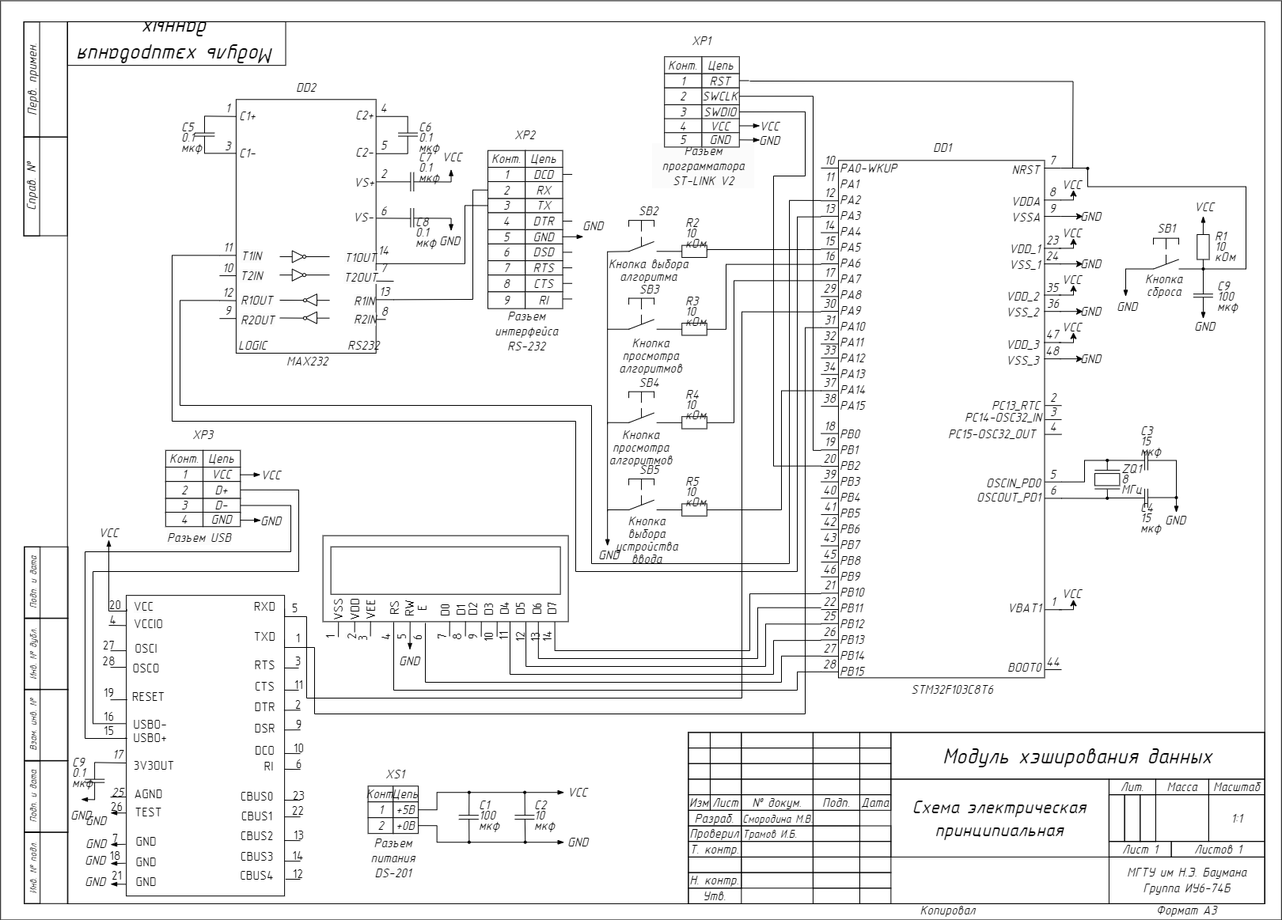
The draw.io diagram kursach_princ.drawio.png in nishoni/SmorodinaMV.ICS6-74B.2023, before a commit. Source tidied: cells renumbered, new cells last; positions are measured from the earlier drawing's top-left corner, leaving out a move shared by most shapes.
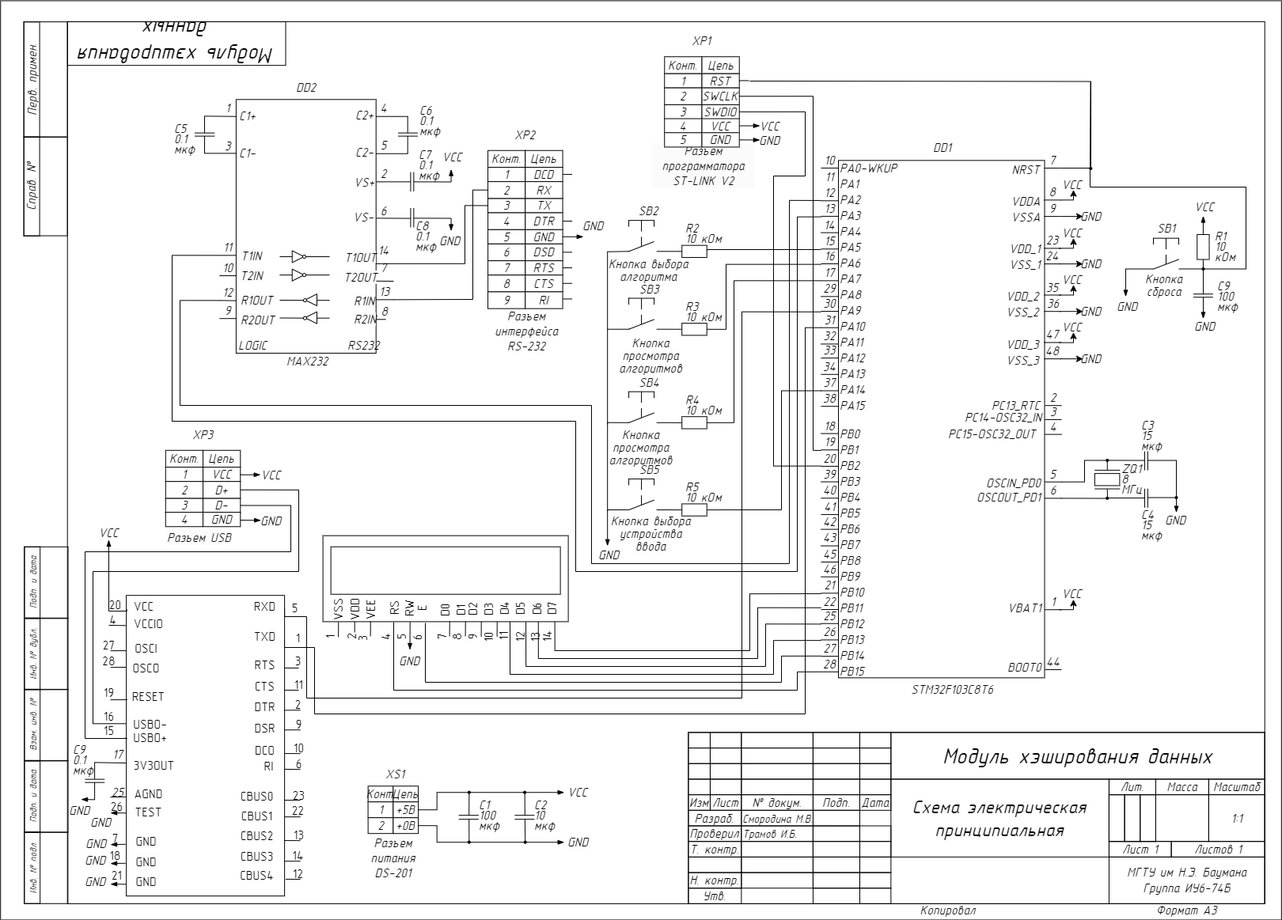
The same file after the commit.

Commit message:
Поправила съехавшие надписи

Diff of the diagram source:
```diff
@@ -791,16 +791,16 @@
       </mxGeometry>
     </mxCell>
     <mxCell id="211" value="&lt;p style=&quot;line-height: 80%; font-size: 16px;&quot;&gt;&lt;i style=&quot;font-size: 16px;&quot;&gt;&lt;font style=&quot;font-size: 16px;&quot;&gt;&lt;font style=&quot;font-size: 16px;&quot;&gt;C5&lt;/font&gt;&lt;br style=&quot;font-size: 16px;&quot;&gt;0.1 мкф&lt;/font&gt;&lt;/i&gt;&lt;/p&gt;" style="text;html=1;strokeColor=none;fillColor=none;align=left;verticalAlign=middle;whiteSpace=wrap;rounded=0;fontFamily=Gost Type B;fontSource=https%3A%2F%2Ffonts.googleapis.com%2Fcss%3Ffamily%3DGost%2BType%2BB;fontSize=16;" parent="1" vertex="1">
-      <mxGeometry x="260" y="160.3" width="29.4" height="27.6" as="geometry" />
+      <mxGeometry x="250.7" y="161.7" width="29.4" height="27.6" as="geometry" />
     </mxCell>
     <mxCell id="212" value="&lt;p style=&quot;line-height: 80%; font-size: 16px;&quot;&gt;&lt;i style=&quot;font-size: 16px;&quot;&gt;&lt;font style=&quot;font-size: 16px;&quot;&gt;&lt;font style=&quot;font-size: 16px;&quot;&gt;C6&lt;/font&gt;&lt;br style=&quot;font-size: 16px;&quot;&gt;0.1 мкф&lt;/font&gt;&lt;/i&gt;&lt;/p&gt;" style="text;html=1;strokeColor=none;fillColor=none;align=left;verticalAlign=middle;whiteSpace=wrap;rounded=0;fontFamily=Gost Type B;fontSource=https%3A%2F%2Ffonts.googleapis.com%2Fcss%3Ffamily%3DGost%2BType%2BB;fontSize=16;" parent="1" vertex="1">
-      <mxGeometry x="560.2" y="160.3" width="29.4" height="27.6" as="geometry" />
+      <mxGeometry x="560.6" y="138.8" width="29.4" height="27.6" as="geometry" />
     </mxCell>
     <mxCell id="213" value="&lt;p style=&quot;line-height: 80%; font-size: 16px;&quot;&gt;&lt;i style=&quot;font-size: 16px;&quot;&gt;&lt;font style=&quot;font-size: 16px;&quot;&gt;&lt;font style=&quot;font-size: 16px;&quot;&gt;C7&lt;/font&gt;&lt;br style=&quot;font-size: 16px;&quot;&gt;0.1 мкф&lt;/font&gt;&lt;/i&gt;&lt;/p&gt;" style="text;html=1;strokeColor=none;fillColor=none;align=left;verticalAlign=middle;whiteSpace=wrap;rounded=0;fontFamily=Gost Type B;fontSource=https%3A%2F%2Ffonts.googleapis.com%2Fcss%3Ffamily%3DGost%2BType%2BB;fontSize=16;" parent="1" vertex="1">
-      <mxGeometry x="560.2" y="198.6" width="29.4" height="27.6" as="geometry" />
+      <mxGeometry x="560" y="195.2" width="29.4" height="27.6" as="geometry" />
     </mxCell>
     <mxCell id="214" value="&lt;p style=&quot;line-height: 80%; font-size: 16px;&quot;&gt;&lt;i style=&quot;font-size: 16px;&quot;&gt;&lt;font style=&quot;font-size: 16px;&quot;&gt;&lt;font style=&quot;font-size: 16px;&quot;&gt;C8&lt;/font&gt;&lt;br style=&quot;font-size: 16px;&quot;&gt;0.1 мкф&lt;/font&gt;&lt;/i&gt;&lt;/p&gt;" style="text;html=1;strokeColor=none;fillColor=none;align=left;verticalAlign=middle;whiteSpace=wrap;rounded=0;fontFamily=Gost Type B;fontSource=https%3A%2F%2Ffonts.googleapis.com%2Fcss%3Ffamily%3DGost%2BType%2BB;fontSize=16;" parent="1" vertex="1">
-      <mxGeometry x="556.2" y="280.3" width="29.4" height="27.6" as="geometry" />
+      <mxGeometry x="556.3" y="285.6" width="29.4" height="27.6" as="geometry" />
     </mxCell>
     <mxCell id="215" value="&lt;div style=&quot;text-align: center; font-size: 16px;&quot;&gt;&lt;span style=&quot;background-color: initial; font-size: 16px;&quot;&gt;&lt;font style=&quot;font-size: 16px;&quot;&gt;&lt;i style=&quot;font-size: 16px;&quot;&gt;LOGIC&lt;/i&gt;&lt;/font&gt;&lt;/span&gt;&lt;/div&gt;" style="text;whiteSpace=wrap;html=1;verticalAlign=middle;fontFamily=Gost Type B;fontSource=https%3A%2F%2Ffonts.googleapis.com%2Fcss%3Ffamily%3DGost%2BType%2BB;fontSize=16;" parent="1" vertex="1">
       <mxGeometry x="331.9" y="426.3" width="35.4" height="19.6" as="geometry" />
@@ -913,10 +913,10 @@
       <mxGeometry x="1517.5" y="627" width="3" height="3" as="geometry" />
     </mxCell>
     <mxCell id="237" value="&lt;p style=&quot;line-height: 80%; font-size: 16px;&quot;&gt;&lt;i style=&quot;font-size: 16px;&quot;&gt;&lt;font style=&quot;font-size: 16px;&quot;&gt;&lt;font style=&quot;font-size: 16px;&quot;&gt;C3&lt;/font&gt;&lt;br style=&quot;font-size: 16px;&quot;&gt;15 мкф&lt;/font&gt;&lt;/i&gt;&lt;/p&gt;" style="text;html=1;strokeColor=none;fillColor=none;align=left;verticalAlign=middle;whiteSpace=wrap;rounded=0;fontFamily=Gost Type B;fontSource=https%3A%2F%2Ffonts.googleapis.com%2Fcss%3Ffamily%3DGost%2BType%2BB;fontSize=16;" parent="1" vertex="1">
-      <mxGeometry x="1472.3" y="544.5" width="31.7" height="27.6" as="geometry" />
+      <mxGeometry x="1473.3" y="536.9" width="31.7" height="27.6" as="geometry" />
     </mxCell>
     <mxCell id="238" value="&lt;p style=&quot;line-height: 80%; font-size: 16px;&quot;&gt;&lt;i style=&quot;font-size: 16px;&quot;&gt;&lt;font style=&quot;font-size: 16px;&quot;&gt;&lt;font style=&quot;font-size: 16px;&quot;&gt;C4&lt;/font&gt;&lt;br style=&quot;font-size: 16px;&quot;&gt;15 мкф&lt;/font&gt;&lt;/i&gt;&lt;/p&gt;" style="text;html=1;strokeColor=none;fillColor=none;align=left;verticalAlign=middle;whiteSpace=wrap;rounded=0;fontFamily=Gost Type B;fontSource=https%3A%2F%2Ffonts.googleapis.com%2Fcss%3Ffamily%3DGost%2BType%2BB;fontSize=16;" parent="1" vertex="1">
-      <mxGeometry x="1472.3" y="641.1" width="31.7" height="27.6" as="geometry" />
+      <mxGeometry x="1473.3" y="649.9" width="31.7" height="27.6" as="geometry" />
     </mxCell>
     <mxCell id="239" value="&lt;p style=&quot;line-height: 80%; font-size: 16px;&quot;&gt;&lt;i style=&quot;font-size: 16px;&quot;&gt;&lt;font style=&quot;font-size: 16px;&quot;&gt;&lt;span style=&quot;font-size: 16px;&quot;&gt;ZQ1&lt;/span&gt;&lt;br style=&quot;font-size: 16px;&quot;&gt;8 МГц&lt;/font&gt;&lt;/i&gt;&lt;/p&gt;" style="text;html=1;strokeColor=none;fillColor=none;align=left;verticalAlign=middle;whiteSpace=wrap;rounded=0;fontFamily=Gost Type B;fontSource=https%3A%2F%2Ffonts.googleapis.com%2Fcss%3Ffamily%3DGost%2BType%2BB;fontSize=16;" parent="1" vertex="1">
       <mxGeometry x="1448" y="592" width="31.7" height="27.6" as="geometry" />
@@ -1571,22 +1571,22 @@
     <mxCell id="425" style="endArrow=none;html=1;rounded=0;exitX=1;exitY=1;exitDx=0;exitDy=0;edgeStyle=orthogonalEdgeStyle;entryX=1;entryY=0.5;entryDx=0;entryDy=0;fontFamily=Gost Type B;fontSource=https%3A%2F%2Ffonts.googleapis.com%2Fcss%3Ffamily%3DGost%2BType%2BB;fontSize=16;" parent="1" edge="1" source="305" target="421">
       <mxGeometry relative="1" as="geometry">
         <Array as="points">
-          <mxPoint x="1407" y="211.5" />
-          <mxPoint x="1407" y="235.5" />
-          <mxPoint x="1607" y="235.5" />
-          <mxPoint x="1607" y="339.5" />
+          <mxPoint x="1410" y="212" />
+          <mxPoint x="1410" y="236" />
+          <mxPoint x="1607" y="236" />
+          <mxPoint x="1607" y="340" />
         </Array>
       </mxGeometry>
     </mxCell>
-    <mxCell id="426" style="endArrow=none;html=1;rounded=0;edgeStyle=orthogonalEdgeStyle;fontFamily=Gost Type B;fontSource=https%3A%2F%2Ffonts.googleapis.com%2Fcss%3Ffamily%3DGost%2BType%2BB;fontSize=16;" parent="1" edge="1">
+    <mxCell id="426" style="endArrow=none;html=1;rounded=0;edgeStyle=orthogonalEdgeStyle;fontFamily=Gost Type B;fontSource=https%3A%2F%2Ffonts.googleapis.com%2Fcss%3Ffamily%3DGost%2BType%2BB;fontSize=16;" parent="1" edge="1" source="427">
       <mxGeometry relative="1" as="geometry">
-        <mxPoint x="980" y="102" as="sourcePoint" />
         <mxPoint x="1388" y="212" as="targetPoint" />
+        <Array as="points">
+          <mxPoint x="1410" y="103" />
+          <mxPoint x="1410" y="212" />
+        </Array>
       </mxGeometry>
     </mxCell>
-    <mxCell id="427" style="ellipse;whiteSpace=wrap;html=1;fillColor=#000000;fontStyle=2;fontFamily=Gost Type B;fontSource=https%3A%2F%2Ffonts.googleapis.com%2Fcss%3Ffamily%3DGost%2BType%2BB;fontSize=16;" parent="1" vertex="1">
-      <mxGeometry x="1405.5" y="210.9" width="3" height="3" as="geometry" />
-    </mxCell>
     <mxCell id="428" value="&lt;font style=&quot;font-size: 16px;&quot;&gt;SB2&lt;/font&gt;" style="text;html=1;strokeColor=none;fillColor=none;align=center;verticalAlign=middle;whiteSpace=wrap;rounded=0;fontStyle=2;fontFamily=Gost Type B;fontSource=https%3A%2F%2Ffonts.googleapis.com%2Fcss%3Ffamily%3DGost%2BType%2BB;fontSize=16;" parent="1" vertex="1">
       <mxGeometry x="822.3" y="251" width="60" height="30" as="geometry" />
     </mxCell>
@@ -1856,19 +1856,19 @@
       <mxGeometry x="800.1" y="534.9" width="84.8" height="32.1" as="geometry" />
     </mxCell>
     <mxCell id="476" value="&lt;div style=&quot;line-height: 100%; font-size: 16px;&quot;&gt;&lt;font style=&quot;font-size: 16px;&quot;&gt;&lt;span style=&quot;font-size: 16px;&quot;&gt;Кнопка выбора устройства ввода&lt;/span&gt;&lt;/font&gt;&lt;/div&gt;" style="text;whiteSpace=wrap;html=1;align=center;fontStyle=2;fontFamily=Gost Type B;fontSource=https%3A%2F%2Ffonts.googleapis.com%2Fcss%3Ffamily%3DGost%2BType%2BB;fontSize=16;" parent="1" vertex="1">
-      <mxGeometry x="800.1" y="644.2" width="99.9" height="33.5" as="geometry" />
+      <mxGeometry x="800.1" y="644.2" width="109.9" height="33.5" as="geometry" />
     </mxCell>
     <mxCell id="477" value="&lt;p style=&quot;line-height: 80%; font-size: 16px;&quot;&gt;&lt;i style=&quot;font-size: 16px;&quot;&gt;&lt;font style=&quot;font-size: 16px;&quot;&gt;&lt;font style=&quot;font-size: 16px;&quot;&gt;R2&lt;/font&gt;&lt;br style=&quot;font-size: 16px;&quot;&gt;10 кОм&lt;/font&gt;&lt;/i&gt;&lt;/p&gt;" style="text;html=1;strokeColor=none;fillColor=none;align=left;verticalAlign=middle;whiteSpace=wrap;rounded=0;fontFamily=Gost Type B;fontSource=https%3A%2F%2Ffonts.googleapis.com%2Fcss%3Ffamily%3DGost%2BType%2BB;fontSize=16;" parent="1" vertex="1">
-      <mxGeometry x="896.7" y="281.5" width="39.4" height="27.6" as="geometry" />
+      <mxGeometry x="896.7" y="281.5" width="53.3" height="27.6" as="geometry" />
     </mxCell>
     <mxCell id="478" value="&lt;p style=&quot;line-height: 80%; font-size: 16px;&quot;&gt;&lt;i style=&quot;font-size: 16px;&quot;&gt;&lt;font style=&quot;font-size: 16px;&quot;&gt;&lt;font style=&quot;font-size: 16px;&quot;&gt;R3&lt;/font&gt;&lt;br style=&quot;font-size: 16px;&quot;&gt;10 кОм&lt;/font&gt;&lt;/i&gt;&lt;/p&gt;" style="text;html=1;strokeColor=none;fillColor=none;align=left;verticalAlign=middle;whiteSpace=wrap;rounded=0;fontFamily=Gost Type B;fontSource=https%3A%2F%2Ffonts.googleapis.com%2Fcss%3Ffamily%3DGost%2BType%2BB;fontSize=16;" parent="1" vertex="1">
-      <mxGeometry x="896.7" y="380" width="39.4" height="27.6" as="geometry" />
+      <mxGeometry x="896.7" y="380" width="53.3" height="27.6" as="geometry" />
     </mxCell>
     <mxCell id="479" value="&lt;p style=&quot;line-height: 80%; font-size: 16px;&quot;&gt;&lt;i style=&quot;font-size: 16px;&quot;&gt;&lt;font style=&quot;font-size: 16px;&quot;&gt;&lt;font style=&quot;font-size: 16px;&quot;&gt;R4&lt;/font&gt;&lt;br style=&quot;font-size: 16px;&quot;&gt;10 кОм&lt;/font&gt;&lt;/i&gt;&lt;/p&gt;" style="text;html=1;strokeColor=none;fillColor=none;align=left;verticalAlign=middle;whiteSpace=wrap;rounded=0;fontFamily=Gost Type B;fontSource=https%3A%2F%2Ffonts.googleapis.com%2Fcss%3Ffamily%3DGost%2BType%2BB;fontSize=16;" parent="1" vertex="1">
-      <mxGeometry x="896.7" y="497.9" width="39.4" height="27.6" as="geometry" />
+      <mxGeometry x="896.7" y="497.9" width="53.3" height="27.6" as="geometry" />
     </mxCell>
     <mxCell id="480" value="&lt;p style=&quot;line-height: 80%; font-size: 16px;&quot;&gt;&lt;i style=&quot;font-size: 16px;&quot;&gt;&lt;font style=&quot;font-size: 16px;&quot;&gt;&lt;font style=&quot;font-size: 16px;&quot;&gt;R5&lt;/font&gt;&lt;br style=&quot;font-size: 16px;&quot;&gt;10 кОм&lt;/font&gt;&lt;/i&gt;&lt;/p&gt;" style="text;html=1;strokeColor=none;fillColor=none;align=left;verticalAlign=middle;whiteSpace=wrap;rounded=0;fontFamily=Gost Type B;fontSource=https%3A%2F%2Ffonts.googleapis.com%2Fcss%3Ffamily%3DGost%2BType%2BB;fontSize=16;" parent="1" vertex="1">
-      <mxGeometry x="896.7" y="608.3" width="39.4" height="27.6" as="geometry" />
+      <mxGeometry x="896.7" y="608.3" width="53.3" height="27.6" as="geometry" />
     </mxCell>
     <mxCell id="481" value="&lt;div style=&quot;border-color: var(--border-color); color: rgb(0, 0, 0); font-size: 16px; font-style: italic; font-variant-ligatures: normal; font-variant-caps: normal; font-weight: 400; letter-spacing: normal; orphans: 2; text-indent: 0px; text-transform: none; widows: 2; word-spacing: 0px; -webkit-text-stroke-width: 0px; background-color: rgb(251, 251, 251); text-decoration-thickness: initial; text-decoration-style: initial; text-decoration-color: initial; text-align: center;&quot;&gt;&lt;font style=&quot;border-color: var(--border-color); font-size: 16px;&quot;&gt;Разъем программатора&lt;br style=&quot;font-size: 16px;&quot;&gt;ST-LINK V2&lt;/font&gt;&lt;/div&gt;" style="text;whiteSpace=wrap;html=1;verticalAlign=middle;fontFamily=Gost Type B;fontSource=https%3A%2F%2Ffonts.googleapis.com%2Fcss%3Ffamily%3DGost%2BType%2BB;fontSize=16;" parent="1" vertex="1">
       <mxGeometry x="854.5" y="189.3" width="130.9" height="39.4" as="geometry" />
@@ -2409,13 +2409,13 @@
       <mxGeometry x="138.2" y="1077.2" width="31.7" height="19" as="geometry" />
     </mxCell>
     <mxCell id="602" value="&lt;font style=&quot;font-size: 16px;&quot;&gt;&lt;span style=&quot;font-size: 16px;&quot;&gt;&lt;i style=&quot;font-size: 16px;&quot;&gt;GND&lt;/i&gt;&lt;/span&gt;&lt;/font&gt;" style="text;html=1;strokeColor=none;fillColor=none;align=left;verticalAlign=middle;whiteSpace=wrap;rounded=0;fontFamily=Gost Type B;fontSource=https%3A%2F%2Ffonts.googleapis.com%2Fcss%3Ffamily%3DGost%2BType%2BB;fontSize=16;" parent="1" vertex="1">
-      <mxGeometry x="119.9" y="1020.3" width="31.7" height="19" as="geometry" />
+      <mxGeometry x="118.3" y="1014.8" width="31.7" height="19" as="geometry" />
     </mxCell>
     <mxCell id="603" value="&lt;font style=&quot;font-size: 16px;&quot;&gt;&lt;span style=&quot;font-size: 16px;&quot;&gt;&lt;i style=&quot;font-size: 16px;&quot;&gt;GND&lt;/i&gt;&lt;/span&gt;&lt;/font&gt;" style="text;html=1;strokeColor=none;fillColor=none;align=left;verticalAlign=middle;whiteSpace=wrap;rounded=0;fontFamily=Gost Type B;fontSource=https%3A%2F%2Ffonts.googleapis.com%2Fcss%3Ffamily%3DGost%2BType%2BB;fontSize=16;" parent="1" vertex="1">
       <mxGeometry x="138.2" y="1104.1" width="31.7" height="19" as="geometry" />
     </mxCell>
     <mxCell id="604" value="&lt;font style=&quot;font-size: 16px;&quot;&gt;&lt;span style=&quot;font-size: 16px;&quot;&gt;&lt;i style=&quot;font-size: 16px;&quot;&gt;GND&lt;/i&gt;&lt;/span&gt;&lt;/font&gt;" style="text;html=1;strokeColor=none;fillColor=none;align=left;verticalAlign=middle;whiteSpace=wrap;rounded=0;fontFamily=Gost Type B;fontSource=https%3A%2F%2Ffonts.googleapis.com%2Fcss%3Ffamily%3DGost%2BType%2BB;fontSize=16;" parent="1" vertex="1">
-      <mxGeometry x="139.2" y="1027.2" width="31.7" height="19" as="geometry" />
+      <mxGeometry x="145.3" y="1029.3" width="31.7" height="19" as="geometry" />
     </mxCell>
     <mxCell id="605" style="endArrow=none;html=1;rounded=0;fontStyle=2;fontFamily=Gost Type B;fontSource=https%3A%2F%2Ffonts.googleapis.com%2Fcss%3Ffamily%3DGost%2BType%2BB;fontSize=16;" parent="1" edge="1">
       <mxGeometry relative="1" as="geometry">
@@ -2454,7 +2454,7 @@
       <mxGeometry x="171" y="990.6" width="21" height="20" as="geometry" />
     </mxCell>
     <mxCell id="611" value="&lt;p style=&quot;line-height: 80%; font-size: 16px;&quot;&gt;&lt;i style=&quot;font-size: 16px;&quot;&gt;&lt;font style=&quot;font-size: 16px;&quot;&gt;&lt;font style=&quot;font-size: 16px;&quot;&gt;C9&lt;/font&gt;&lt;br style=&quot;font-size: 16px;&quot;&gt;0.1 мкф&lt;/font&gt;&lt;/i&gt;&lt;/p&gt;" style="text;html=1;strokeColor=none;fillColor=none;align=left;verticalAlign=middle;whiteSpace=wrap;rounded=0;fontFamily=Gost Type B;fontSource=https%3A%2F%2Ffonts.googleapis.com%2Fcss%3Ffamily%3DGost%2BType%2BB;fontSize=16;" parent="1" vertex="1">
-      <mxGeometry x="122.3" y="963.2" width="29.4" height="27.6" as="geometry" />
+      <mxGeometry x="123.2" y="946.8" width="29.4" height="27.6" as="geometry" />
     </mxCell>
     <mxCell id="612" value="&lt;font style=&quot;font-size: 16px;&quot;&gt;&lt;span style=&quot;font-size: 16px;&quot;&gt;&lt;i style=&quot;font-size: 16px;&quot;&gt;GND&lt;/i&gt;&lt;/span&gt;&lt;/font&gt;" style="text;html=1;strokeColor=none;fillColor=none;align=left;verticalAlign=middle;whiteSpace=wrap;rounded=0;fontFamily=Gost Type B;fontSource=https%3A%2F%2Ffonts.googleapis.com%2Fcss%3Ffamily%3DGost%2BType%2BB;fontSize=16;" parent="1" vertex="1">
       <mxGeometry x="139.2" y="1056.5" width="31.7" height="19" as="geometry" />
@@ -2611,5 +2611,13 @@
     <mxCell id="656" value="&lt;font style=&quot;font-size: 16px;&quot;&gt;&lt;i style=&quot;font-size: 16px;&quot;&gt;VCC&lt;/i&gt;&lt;/font&gt;" style="text;html=1;strokeColor=none;fillColor=none;align=center;verticalAlign=middle;whiteSpace=wrap;rounded=0;fontFamily=Gost Type B;fontSource=https%3A%2F%2Ffonts.googleapis.com%2Fcss%3Ffamily%3DGost%2BType%2BB;fontSize=16;" parent="1" vertex="1">
       <mxGeometry x="157.9" y="665.2" width="23.9" height="15.1" as="geometry" />
     </mxCell>
+    <mxCell id="657" style="endArrow=none;html=1;rounded=0;edgeStyle=orthogonalEdgeStyle;fontFamily=Gost Type B;fontSource=https%3A%2F%2Ffonts.googleapis.com%2Fcss%3Ffamily%3DGost%2BType%2BB;fontSize=16;" parent="1" edge="1" target="427">
+      <mxGeometry relative="1" as="geometry">
+        <mxPoint x="980" y="102" as="sourcePoint" />
+      </mxGeometry>
+    </mxCell>
+    <mxCell id="427" style="ellipse;whiteSpace=wrap;html=1;fillColor=#000000;fontStyle=2;fontFamily=Gost Type B;fontSource=https%3A%2F%2Ffonts.googleapis.com%2Fcss%3Ffamily%3DGost%2BType%2BB;fontSize=16;" parent="1" vertex="1">
+      <mxGeometry x="1409.3" y="211" width="3" height="3" as="geometry" />
+    </mxCell>
   </root>
 </mxGraphModel>
```
